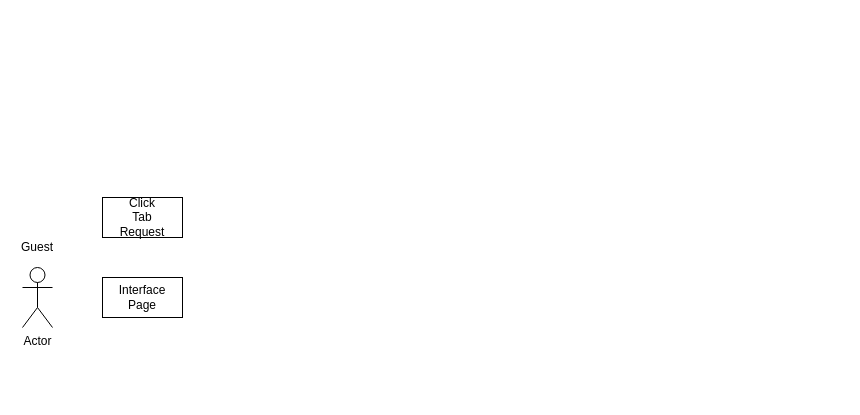
Before: docs/DomainModels/diagrams/DM-UC-10.drawio in youngkwon02/Enhanced-library-management, a draw.io diagram. Source tidied: cells renumbered, new cells numbered last; positions are measured from the earlier drawing's top-left corner, leaving out a move shared by most shapes. Both pictures are drawn from the tidied source at 100%, with x=0, y=0 at pixel (17, 197).
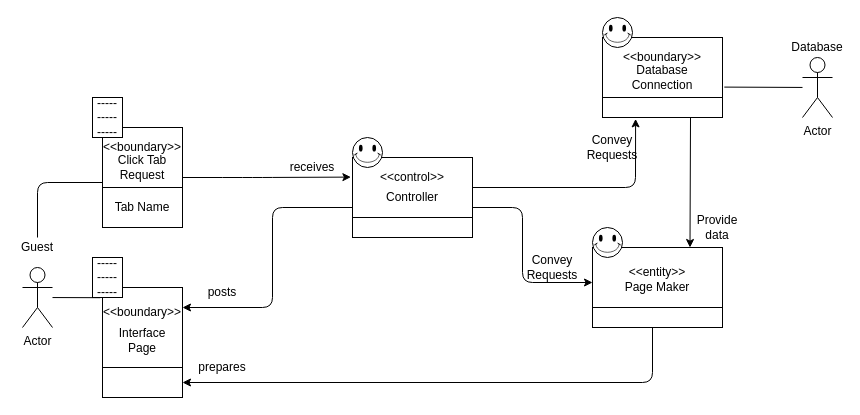
After the change.

Unchanged cells that the change refers to:
```xml
<mxCell id="2" value="Actor" style="shape=umlActor;verticalLabelPosition=bottom;verticalAlign=top;html=1;outlineConnect=0;" parent="1" vertex="1">
  <mxGeometry x="5" y="70" width="30" height="60" as="geometry" />
</mxCell>
<mxCell id="3" value="Guest" style="text;html=1;strokeColor=none;fillColor=none;align=center;verticalAlign=middle;whiteSpace=wrap;rounded=0;" parent="1" vertex="1">
  <mxGeometry y="40" width="40" height="20" as="geometry" />
</mxCell>
```

Diff of the diagram source:
```diff
@@
+    <mxCell id="8" style="shape=internalStorage;whiteSpace=wrap;html=1;backgroundOutline=1;dx=130;dy=60;" parent="1" vertex="1">
+      <mxGeometry x="575" y="50" width="130" height="80" as="geometry" />
+    </mxCell>
+    <mxCell id="9" style="verticalLabelPosition=bottom;verticalAlign=top;html=1;shape=mxgraph.basic.smiley;" parent="1" vertex="1">
+      <mxGeometry x="575" y="30" width="30" height="30" as="geometry" />
+    </mxCell>
+    <mxCell id="10" style="shape=internalStorage;whiteSpace=wrap;html=1;backgroundOutline=1;dx=120;dy=60;" parent="1" vertex="1">
+      <mxGeometry x="585" y="-160" width="120" height="80" as="geometry" />
+    </mxCell>
+    <mxCell id="11" style="verticalLabelPosition=bottom;verticalAlign=top;html=1;shape=mxgraph.basic.smiley;" parent="1" vertex="1">
+      <mxGeometry x="585" y="-180" width="30" height="30" as="geometry" />
+    </mxCell>
+    <mxCell id="12" style="shape=internalStorage;whiteSpace=wrap;html=1;backgroundOutline=1;dx=120;dy=60;" parent="1" vertex="1">
+      <mxGeometry x="335" y="-40" width="120" height="80" as="geometry" />
+    </mxCell>
+    <mxCell id="13" style="shape=internalStorage;whiteSpace=wrap;html=1;backgroundOutline=1;dx=80;dy=80;" parent="1" vertex="1">
+      <mxGeometry x="85" y="90" width="80" height="110" as="geometry" />
+    </mxCell>
+    <mxCell id="14" style="shape=internalStorage;whiteSpace=wrap;html=1;backgroundOutline=1;dx=80;dy=60;" parent="1" vertex="1">
+      <mxGeometry x="85" y="-70" width="80" height="100" as="geometry" />
+    </mxCell>
@@
-    <mxCell id="4" style="rounded=0;whiteSpace=wrap;html=1;" parent="1" vertex="1">
-      <mxGeometry x="85" y="80" width="80" height="40" as="geometry" />
-    </mxCell>
     <mxCell id="5" value="Interface Page" style="text;html=1;strokeColor=none;fillColor=none;align=center;verticalAlign=middle;whiteSpace=wrap;rounded=0;" parent="1" vertex="1">
-      <mxGeometry x="105" y="90" width="40" height="20" as="geometry" />
+      <mxGeometry x="105" y="130" width="40" height="25" as="geometry" />
     </mxCell>
-    <mxCell id="6" style="rounded=0;whiteSpace=wrap;html=1;" parent="1" vertex="1">
-      <mxGeometry x="85" width="80" height="40" as="geometry" />
-    </mxCell>
+    <mxCell id="15" value="Controller" style="text;html=1;strokeColor=none;fillColor=none;align=center;verticalAlign=middle;whiteSpace=wrap;rounded=0;" parent="1" vertex="1">
+      <mxGeometry x="375" y="-10" width="40" height="20" as="geometry" />
+    </mxCell>
+    <mxCell id="16" value="Page Maker" style="text;html=1;strokeColor=none;fillColor=none;align=center;verticalAlign=middle;whiteSpace=wrap;rounded=0;" parent="1" vertex="1">
+      <mxGeometry x="600" y="80" width="80" height="20" as="geometry" />
+    </mxCell>
+    <mxCell id="17" value="Database Connection" style="text;html=1;strokeColor=none;fillColor=none;align=center;verticalAlign=middle;whiteSpace=wrap;rounded=0;" parent="1" vertex="1">
+      <mxGeometry x="625" y="-130" width="40" height="20" as="geometry" />
+    </mxCell>
+    <mxCell id="18" style="endArrow=classic;html=1;entryX=-0.013;entryY=0.12;entryDx=0;entryDy=0;entryPerimeter=0;" parent="1" edge="1">
+      <mxGeometry relative="1" as="geometry">
+        <mxPoint x="165" y="-20" as="sourcePoint" />
+        <mxPoint x="333.4" y="-20.4" as="targetPoint" />
+        <Array as="points">
+          <mxPoint x="215" y="-20" />
+          <mxPoint x="245" y="-20" />
+        </Array>
+      </mxGeometry>
+    </mxCell>
+    <mxCell id="19" style="endArrow=classic;html=1;entryX=1;entryY=0.25;entryDx=0;entryDy=0;" parent="1" edge="1">
+      <mxGeometry relative="1" as="geometry">
+        <mxPoint x="335" y="10" as="sourcePoint" />
+        <mxPoint x="165" y="110" as="targetPoint" />
+        <Array as="points">
+          <mxPoint x="255" y="10" />
+          <mxPoint x="255" y="110" />
+        </Array>
+      </mxGeometry>
+    </mxCell>
+    <mxCell id="20" style="endArrow=classic;html=1;entryX=1;entryY=0.875;entryDx=0;entryDy=0;entryPerimeter=0;" parent="1" edge="1">
+      <mxGeometry relative="1" as="geometry">
+        <mxPoint x="635" y="130" as="sourcePoint" />
+        <mxPoint x="165" y="185" as="targetPoint" />
+        <Array as="points">
+          <mxPoint x="635" y="185" />
+        </Array>
+      </mxGeometry>
+    </mxCell>
+    <mxCell id="21" style="endArrow=classic;html=1;exitX=1;exitY=0.25;exitDx=0;exitDy=0;entryX=0.109;entryY=1.023;entryDx=0;entryDy=0;entryPerimeter=0;" parent="1" edge="1">
+      <mxGeometry relative="1" as="geometry">
+        <mxPoint x="455" y="-10" as="sourcePoint" />
+        <mxPoint x="618.1" y="-78.6" as="targetPoint" />
+        <Array as="points">
+          <mxPoint x="618" y="-10" />
+        </Array>
+      </mxGeometry>
+    </mxCell>
+    <mxCell id="22" style="endArrow=classic;html=1;entryX=0.75;entryY=0;entryDx=0;entryDy=0;" parent="1" edge="1" target="8">
+      <mxGeometry relative="1" as="geometry">
+        <mxPoint x="673" y="-80" as="sourcePoint" />
+      </mxGeometry>
+    </mxCell>
+    <mxCell id="23" style="endArrow=classic;html=1;entryX=0;entryY=0.25;entryDx=0;entryDy=0;exitX=1;exitY=0.5;exitDx=0;exitDy=0;" parent="1" edge="1">
+      <mxGeometry relative="1" as="geometry">
+        <mxPoint x="455" y="10" as="sourcePoint" />
+        <mxPoint x="575" y="85" as="targetPoint" />
+        <Array as="points">
+          <mxPoint x="505" y="10" />
+          <mxPoint x="505" y="85" />
+        </Array>
+      </mxGeometry>
+    </mxCell>
+    <mxCell id="24" value="receives" style="text;html=1;strokeColor=none;fillColor=none;align=center;verticalAlign=middle;whiteSpace=wrap;rounded=0;" parent="1" vertex="1">
+      <mxGeometry x="275" y="-40" width="40" height="20" as="geometry" />
+    </mxCell>
+    <mxCell id="25" value="posts" style="text;html=1;strokeColor=none;fillColor=none;align=center;verticalAlign=middle;whiteSpace=wrap;rounded=0;" parent="1" vertex="1">
+      <mxGeometry x="185" y="85" width="40" height="20" as="geometry" />
+    </mxCell>
+    <mxCell id="26" value="prepares" style="text;html=1;strokeColor=none;fillColor=none;align=center;verticalAlign=middle;whiteSpace=wrap;rounded=0;" parent="1" vertex="1">
+      <mxGeometry x="185" y="160" width="40" height="20" as="geometry" />
+    </mxCell>
+    <mxCell id="27" value="Convey Requests" style="text;html=1;strokeColor=none;fillColor=none;align=center;verticalAlign=middle;whiteSpace=wrap;rounded=0;" parent="1" vertex="1">
+      <mxGeometry x="515" y="60" width="40" height="20" as="geometry" />
+    </mxCell>
+    <mxCell id="28" value="Convey Requests" style="text;html=1;strokeColor=none;fillColor=none;align=center;verticalAlign=middle;whiteSpace=wrap;rounded=0;" parent="1" vertex="1">
+      <mxGeometry x="575" y="-60" width="40" height="20" as="geometry" />
+    </mxCell>
+    <mxCell id="29" value="Provide data" style="text;html=1;strokeColor=none;fillColor=none;align=center;verticalAlign=middle;whiteSpace=wrap;rounded=0;" parent="1" vertex="1">
+      <mxGeometry x="680" y="20" width="40" height="20" as="geometry" />
+    </mxCell>
+    <mxCell id="30" style="endArrow=none;html=1;exitX=0.5;exitY=0;exitDx=0;exitDy=0;entryX=0;entryY=0.5;entryDx=0;entryDy=0;" parent="1" edge="1" source="3">
+      <mxGeometry relative="1" as="geometry">
+        <mxPoint x="85" y="-15" as="targetPoint" />
+        <Array as="points">
+          <mxPoint x="20" y="-15" />
+        </Array>
+      </mxGeometry>
+    </mxCell>
+    <mxCell id="31" style="endArrow=none;html=1;entryX=-0.028;entryY=0.168;entryDx=0;entryDy=0;entryPerimeter=0;" parent="1" edge="1" source="2">
+      <mxGeometry relative="1" as="geometry">
+        <mxPoint x="82.8" y="100.2" as="targetPoint" />
+      </mxGeometry>
+    </mxCell>
+    <mxCell id="32" style="verticalLabelPosition=bottom;verticalAlign=top;html=1;shape=mxgraph.basic.smiley;" parent="1" vertex="1">
+      <mxGeometry x="335" y="-60" width="30" height="30" as="geometry" />
+    </mxCell>
+    <mxCell id="33" value="&amp;lt;&amp;lt;control&amp;gt;&amp;gt;" style="text;html=1;strokeColor=none;fillColor=none;align=center;verticalAlign=middle;whiteSpace=wrap;rounded=0;" parent="1" vertex="1">
+      <mxGeometry x="375" y="-30" width="40" height="20" as="geometry" />
+    </mxCell>
+    <mxCell id="34" value="&amp;lt;&amp;lt;boundary&amp;gt;&amp;gt;" style="text;html=1;strokeColor=none;fillColor=none;align=center;verticalAlign=middle;whiteSpace=wrap;rounded=0;" parent="1" vertex="1">
+      <mxGeometry x="105" y="-60" width="40" height="20" as="geometry" />
+    </mxCell>
+    <mxCell id="35" value="&amp;lt;&amp;lt;boundary&amp;gt;&amp;gt;" style="text;html=1;strokeColor=none;fillColor=none;align=center;verticalAlign=middle;whiteSpace=wrap;rounded=0;" parent="1" vertex="1">
+      <mxGeometry x="105" y="105" width="40" height="20" as="geometry" />
+    </mxCell>
+    <mxCell id="36" value="Tab Name" style="text;html=1;strokeColor=none;fillColor=none;align=center;verticalAlign=middle;whiteSpace=wrap;rounded=0;" parent="1" vertex="1">
+      <mxGeometry x="85" width="80" height="20" as="geometry" />
+    </mxCell>
     <mxCell id="7" value="Click Tab Request" style="text;html=1;strokeColor=none;fillColor=none;align=center;verticalAlign=middle;whiteSpace=wrap;rounded=0;" parent="1" vertex="1">
-      <mxGeometry x="105" y="10" width="40" height="20" as="geometry" />
+      <mxGeometry x="85" y="-40" width="80" height="20" as="geometry" />
     </mxCell>
+    <mxCell id="37" value="&amp;lt;&amp;lt;boundary&amp;gt;&amp;gt;" style="text;html=1;strokeColor=none;fillColor=none;align=center;verticalAlign=middle;whiteSpace=wrap;rounded=0;" parent="1" vertex="1">
+      <mxGeometry x="625" y="-150" width="40" height="20" as="geometry" />
+    </mxCell>
+    <mxCell id="38" value="&amp;lt;&amp;lt;entity&amp;gt;&amp;gt;" style="text;html=1;strokeColor=none;fillColor=none;align=center;verticalAlign=middle;whiteSpace=wrap;rounded=0;" parent="1" vertex="1">
+      <mxGeometry x="620" y="65" width="40" height="20" as="geometry" />
+    </mxCell>
+    <mxCell id="39" value="Actor" style="shape=umlActor;verticalLabelPosition=bottom;verticalAlign=top;html=1;outlineConnect=0;" parent="1" vertex="1">
+      <mxGeometry x="785" y="-140" width="30" height="60" as="geometry" />
+    </mxCell>
+    <mxCell id="40" value="Database" style="text;html=1;strokeColor=none;fillColor=none;align=center;verticalAlign=middle;whiteSpace=wrap;rounded=0;" parent="1" vertex="1">
+      <mxGeometry x="780" y="-160" width="40" height="20" as="geometry" />
+    </mxCell>
+    <mxCell id="41" style="endArrow=none;html=1;exitX=1.015;exitY=0.62;exitDx=0;exitDy=0;exitPerimeter=0;" parent="1" edge="1" source="10" target="39">
+      <mxGeometry relative="1" as="geometry" />
+    </mxCell>
+    <mxCell id="42" value="-----&lt;br&gt;-----&lt;br&gt;-----" style="whiteSpace=wrap;html=1;align=center;" parent="1" vertex="1">
+      <mxGeometry x="75" y="-100" width="30" height="40" as="geometry" />
+    </mxCell>
+    <mxCell id="43" value="-----&lt;br&gt;-----&lt;br&gt;-----" style="whiteSpace=wrap;html=1;align=center;" parent="1" vertex="1">
+      <mxGeometry x="75" y="60" width="30" height="40" as="geometry" />
+    </mxCell>
```
